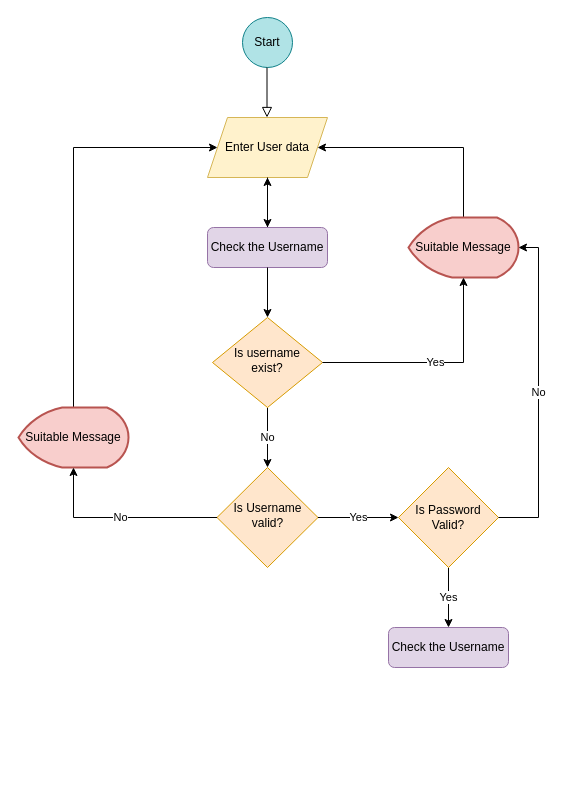
The draw.io diagram RegistrationFlow.drawio in Ali7495/AuthenticationService, before the edit. Source tidied: cells renumbered, new cells numbered last; positions are measured from the earlier drawing's top-left corner, leaving out a move shared by most shapes. Both pictures are drawn from the tidied source at 100%, with x=0, y=0 at pixel (18, 17).
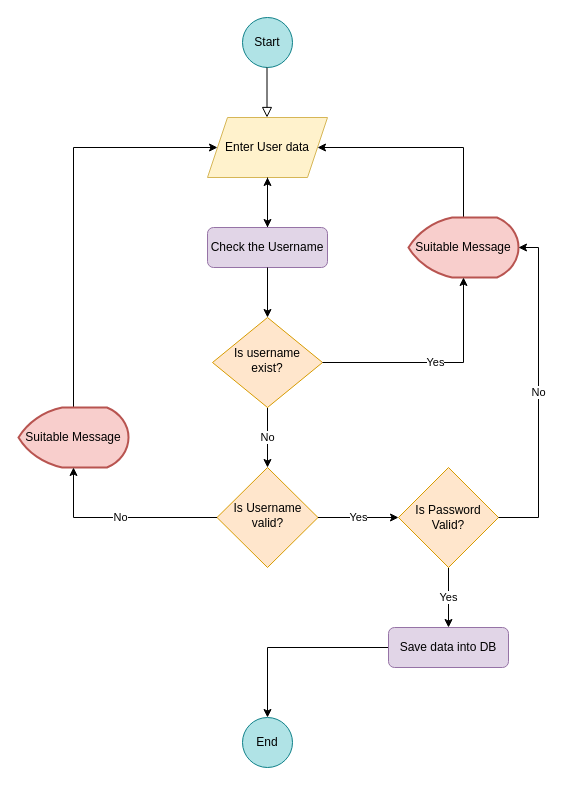
Above is the later version.

The edit, as a diff of the source:
```diff
@@
+    <mxCell id="23" style="edgeStyle=orthogonalEdgeStyle;rounded=0;jettySize=auto;html=1;entryX=0.5;entryY=0;entryDx=0;entryDy=0;" parent="1" edge="1" source="22" target="24">
+      <mxGeometry relative="1" as="geometry" />
+    </mxCell>
-    <mxCell id="22" value="Check the Username" style="rounded=1;whiteSpace=wrap;html=1;fontSize=12;glass=0;strokeWidth=1;shadow=0;fillColor=#e1d5e7;strokeColor=#9673a6;" parent="1" vertex="1">
+    <mxCell id="22" value="Save data into DB" style="rounded=1;whiteSpace=wrap;html=1;fontSize=12;glass=0;strokeWidth=1;shadow=0;fillColor=#e1d5e7;strokeColor=#9673a6;" parent="1" vertex="1">
       <mxGeometry x="370" y="610" width="120" height="40" as="geometry" />
     </mxCell>
+    <mxCell id="24" value="End" style="ellipse;whiteSpace=wrap;html=1;fillColor=#b0e3e6;strokeColor=#0e8088;" parent="1" vertex="1">
+      <mxGeometry x="224" y="700" width="50" height="50" as="geometry" />
+    </mxCell>
```
